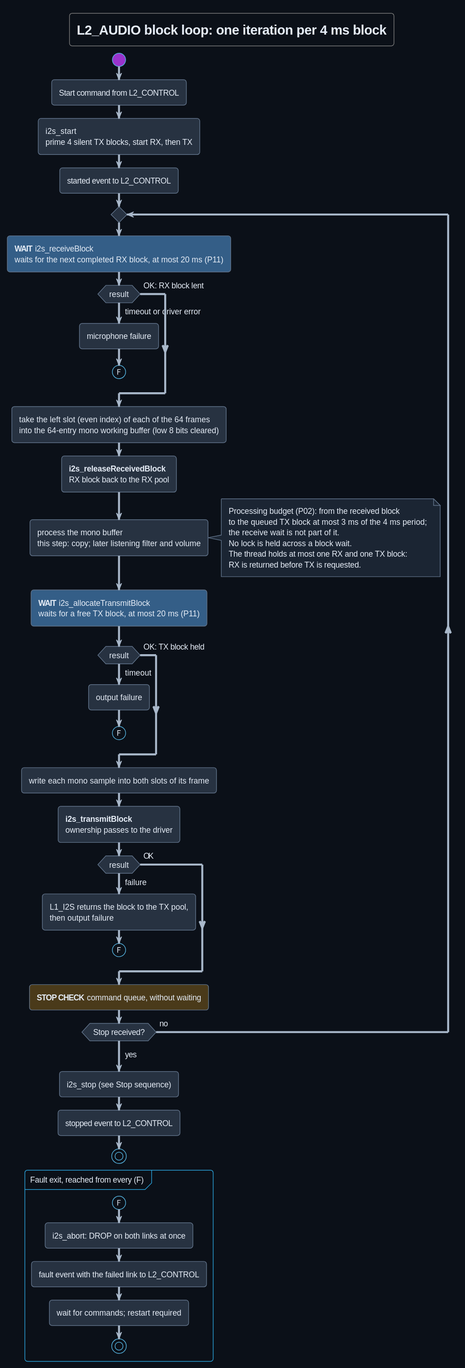
The PlantUML diagram Development/system/design/AUDIO/rendered/block_loop.svg in DemonicPsychoII/DigitalStethoscope, before a commit.
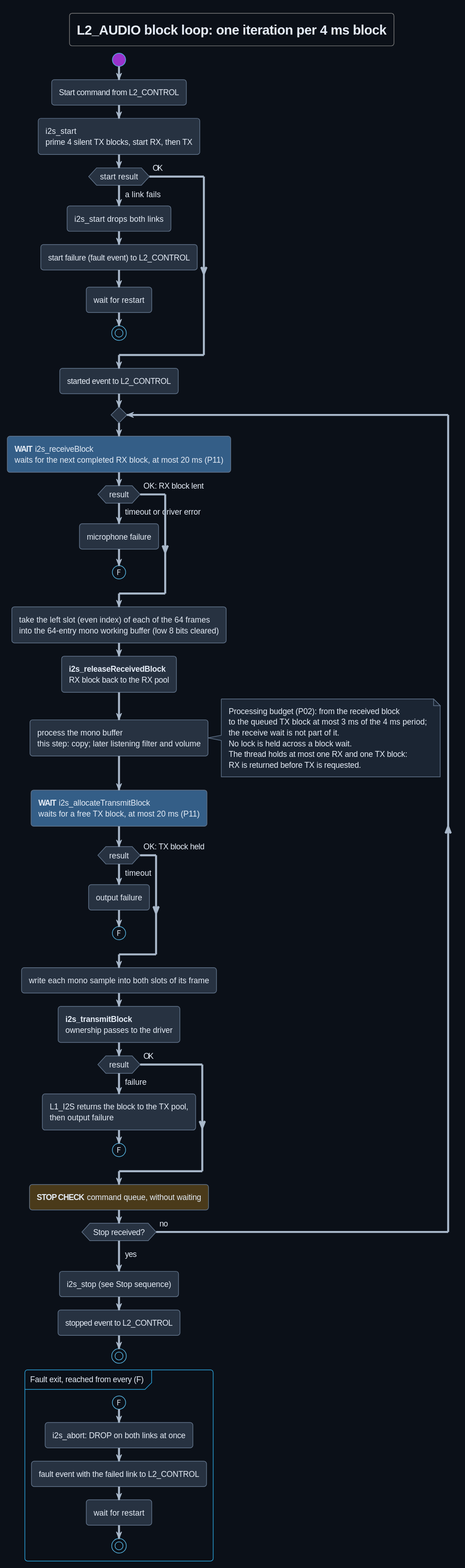
Later version of the same file.

Commit message:
TICKET-185: documentation: align the soak budget and session view with the audio decisions and let a faulted audio thread wait for restart

Change to the diagram source:
```diff
@@ -20,6 +20,13 @@
 start
 :Start command from L2_CONTROL;
 :i2s_start\nprime 4 silent TX blocks, start RX, then TX;
+if (start result) then (a link fails)
+  :i2s_start drops both links;
+  :start failure (fault event) to L2_CONTROL;
+  :wait for restart;
+  stop
+else (OK)
+endif
 :started event to L2_CONTROL;
 repeat
   :**WAIT** i2s_receiveBlock\nwaits for the next completed RX block, at most 20 ms (P11); <<#345E87>>
@@ -65,7 +72,7 @@
 (F)
 :i2s_abort: DROP on both links at once;
 :fault event with the failed link to L2_CONTROL;
-:wait for commands; restart required;
+:wait for restart;
 stop
 }
 @enduml
```
